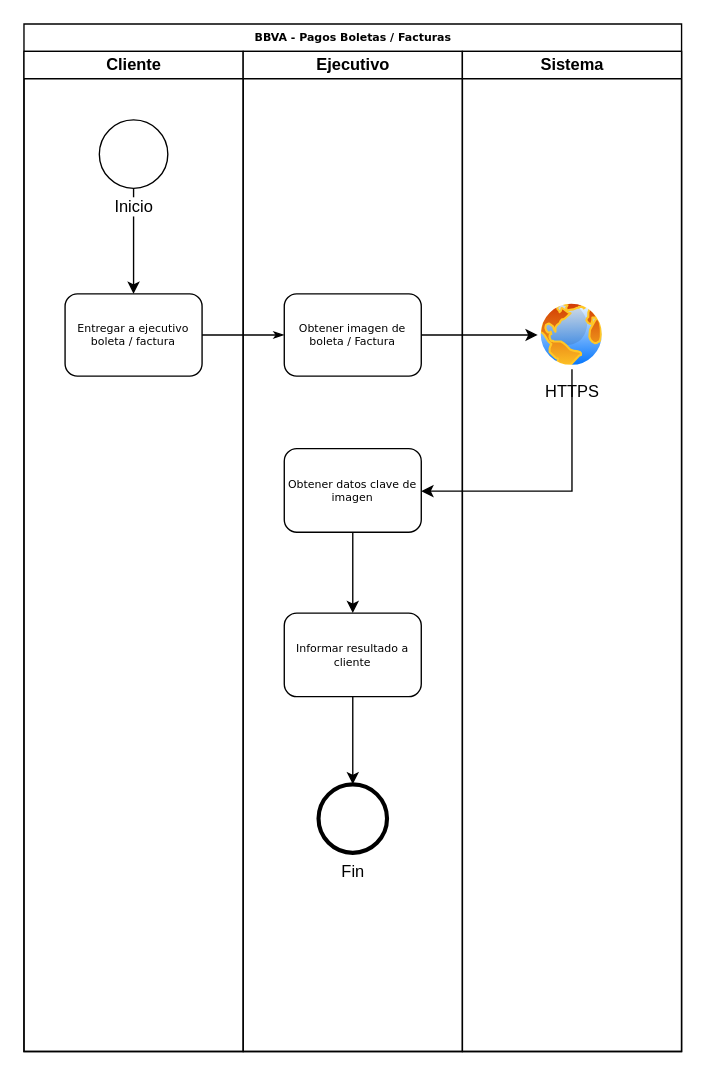
Churre/Everyting keeps this draw.io diagram as DiagramaFuncional.drawio. Above is the earlier version. Source tidied: cells renumbered, new cells numbered last; positions are measured from the earlier drawing's top-left corner, leaving out a move shared by most shapes. Both pictures are drawn from the tidied source at 137%, with x=0, y=0 at pixel (23, 23).
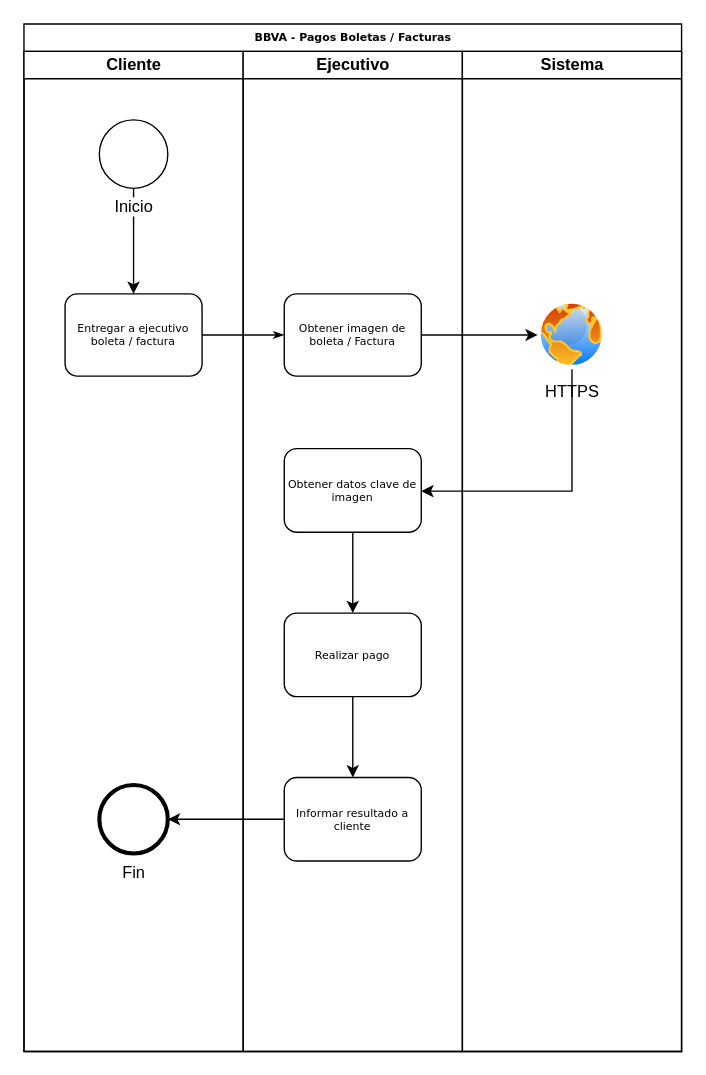
Above is the later version.

Unchanged cells that the change refers to:
```xml
<mxCell id="3" value="Cliente" style="swimlane;html=1;startSize=20;" parent="2" vertex="1">
  <mxGeometry y="20" width="160" height="730" as="geometry" />
</mxCell>
<mxCell id="8" value="Ejecutivo" style="swimlane;html=1;startSize=20;" parent="2" vertex="1">
  <mxGeometry x="160" y="20" width="160" height="730" as="geometry" />
</mxCell>
```

The edit, as a diff of the source:
```diff
@@
+    <mxCell id="11" value="Fin" style="shape=mxgraph.bpmn.shape;html=1;verticalLabelPosition=bottom;labelBackgroundColor=#ffffff;verticalAlign=top;align=center;perimeter=ellipsePerimeter;outlineConnect=0;outline=end;symbol=general;" parent="3" vertex="1">
+      <mxGeometry x="55" y="535.5" width="50" height="50" as="geometry" />
+    </mxCell>
@@
-    <mxCell id="11" value="Fin" style="shape=mxgraph.bpmn.shape;html=1;verticalLabelPosition=bottom;labelBackgroundColor=#ffffff;verticalAlign=top;align=center;perimeter=ellipsePerimeter;outlineConnect=0;outline=end;symbol=general;" parent="8" vertex="1">
-      <mxGeometry x="55" y="535" width="50" height="50" as="geometry" />
-    </mxCell>
@@
-    <mxCell id="16" style="edgeStyle=orthogonalEdgeStyle;rounded=0;jettySize=auto;html=1;entryX=0.5;entryY=0;entryDx=0;entryDy=0;" parent="1" edge="1" source="17" target="11">
-      <mxGeometry relative="1" as="geometry" />
-    </mxCell>
+    <mxCell id="19" style="edgeStyle=orthogonalEdgeStyle;rounded=0;jettySize=auto;html=1;entryX=0.5;entryY=0;entryDx=0;entryDy=0;" parent="1" edge="1" source="17" target="21">
+      <mxGeometry relative="1" as="geometry" />
+    </mxCell>
-    <mxCell id="17" value="Informar resultado a cliente" style="rounded=1;whiteSpace=wrap;html=1;shadow=0;labelBackgroundColor=none;strokeColor=#000000;strokeWidth=1;fillColor=#ffffff;fontFamily=Verdana;fontSize=8;fontColor=#000000;align=center;" parent="1" vertex="1">
+    <mxCell id="17" value="Realizar pago" style="rounded=1;whiteSpace=wrap;html=1;shadow=0;labelBackgroundColor=none;strokeColor=#000000;strokeWidth=1;fillColor=#ffffff;fontFamily=Verdana;fontSize=8;fontColor=#000000;align=center;" parent="1" vertex="1">
       <mxGeometry x="190" y="430" width="100" height="61" as="geometry" />
     </mxCell>
@@
+    <mxCell id="20" style="edgeStyle=orthogonalEdgeStyle;rounded=0;jettySize=auto;html=1;entryX=1;entryY=0.5;entryDx=0;entryDy=0;" parent="1" edge="1" source="21" target="11">
+      <mxGeometry relative="1" as="geometry" />
+    </mxCell>
+    <mxCell id="21" value="Informar resultado a cliente" style="rounded=1;whiteSpace=wrap;html=1;shadow=0;labelBackgroundColor=none;strokeColor=#000000;strokeWidth=1;fillColor=#ffffff;fontFamily=Verdana;fontSize=8;fontColor=#000000;align=center;" parent="1" vertex="1">
+      <mxGeometry x="190" y="550" width="100" height="61" as="geometry" />
+    </mxCell>
```
